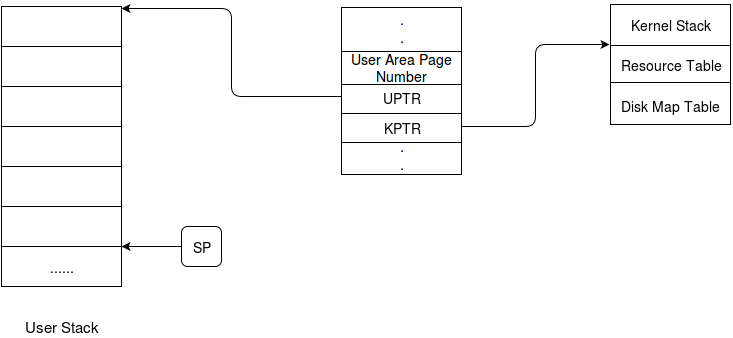
Before: img/sys_call_aftr_ret.png, a diagram exported from draw.io (eXpOSNitc/eXpOSNitc.github.io). Source tidied: cells renumbered, new cells last; positions are measured from the earlier drawing's top-left corner, leaving out a move shared by most shapes.
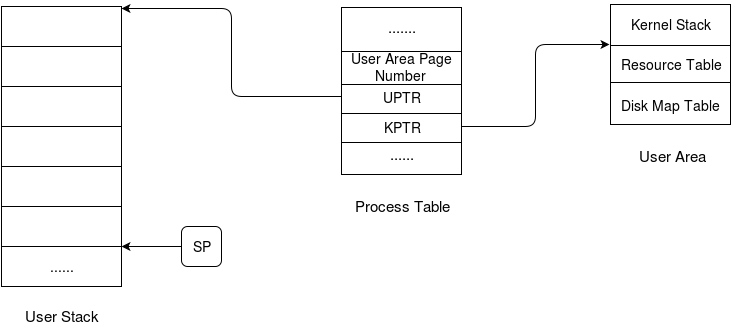
Above is the later version.

Diff of the diagram source:
```diff
@@ -51,7 +51,7 @@
       <mxGeometry x="180" y="222" width="40" height="40" as="geometry" />
     </mxCell>
     <mxCell id="12" value="User Stack&lt;br&gt;" style="text;html=1;strokeColor=none;fillColor=none;align=center;verticalAlign=middle;whiteSpace=wrap;overflow=hidden;fontSize=15;" parent="1" vertex="1">
-      <mxGeometry y="312" width="120" height="20" as="geometry" />
+      <mxGeometry y="302" width="120" height="20" as="geometry" />
     </mxCell>
     <mxCell id="13" style="endArrow=none;html=1;fontSize=14;" parent="1" edge="1">
       <mxGeometry x="40" y="120" as="geometry">
@@ -80,10 +80,10 @@
         <mxPoint x="460" y="80" as="targetPoint" />
       </mxGeometry>
     </mxCell>
-    <mxCell id="18" value=".&lt;br&gt;.&lt;br&gt;" style="text;html=1;strokeColor=none;fillColor=none;align=center;verticalAlign=middle;whiteSpace=wrap;overflow=hidden;fontSize=15;" parent="1" vertex="1">
+    <mxCell id="18" value=".......&lt;br&gt;" style="text;html=1;strokeColor=none;fillColor=none;align=center;verticalAlign=middle;whiteSpace=wrap;overflow=hidden;fontSize=15;" parent="1" vertex="1">
       <mxGeometry x="380" y="3" width="40" height="40" as="geometry" />
     </mxCell>
-    <mxCell id="19" value=".&lt;br&gt;.&lt;br&gt;" style="text;html=1;strokeColor=none;fillColor=none;align=center;verticalAlign=middle;whiteSpace=wrap;overflow=hidden;fontSize=15;" parent="1" vertex="1">
+    <mxCell id="19" value="......&lt;br&gt;" style="text;html=1;strokeColor=none;fillColor=none;align=center;verticalAlign=middle;whiteSpace=wrap;overflow=hidden;fontSize=15;" parent="1" vertex="1">
       <mxGeometry x="380" y="130" width="40" height="40" as="geometry" />
     </mxCell>
     <mxCell id="20" value="UPTR" style="text;html=1;strokeColor=none;fillColor=none;align=center;verticalAlign=middle;whiteSpace=wrap;overflow=hidden;fontSize=14;" parent="1" vertex="1">
@@ -136,5 +136,11 @@
         <mxPoint x="460" y="122" as="sourcePoint" />
       </mxGeometry>
     </mxCell>
+    <mxCell id="32" value="Process Table&lt;br&gt;" style="text;html=1;strokeColor=none;fillColor=none;align=center;verticalAlign=middle;whiteSpace=wrap;overflow=hidden;fontSize=15;" parent="1" vertex="1">
+      <mxGeometry x="340" y="192" width="120" height="20" as="geometry" />
+    </mxCell>
+    <mxCell id="33" value="User Area&lt;br&gt;" style="text;html=1;strokeColor=none;fillColor=none;align=center;verticalAlign=middle;whiteSpace=wrap;overflow=hidden;fontSize=15;" parent="1" vertex="1">
+      <mxGeometry x="610" y="142" width="120" height="20" as="geometry" />
+    </mxCell>
   </root>
 </mxGraphModel>
```
